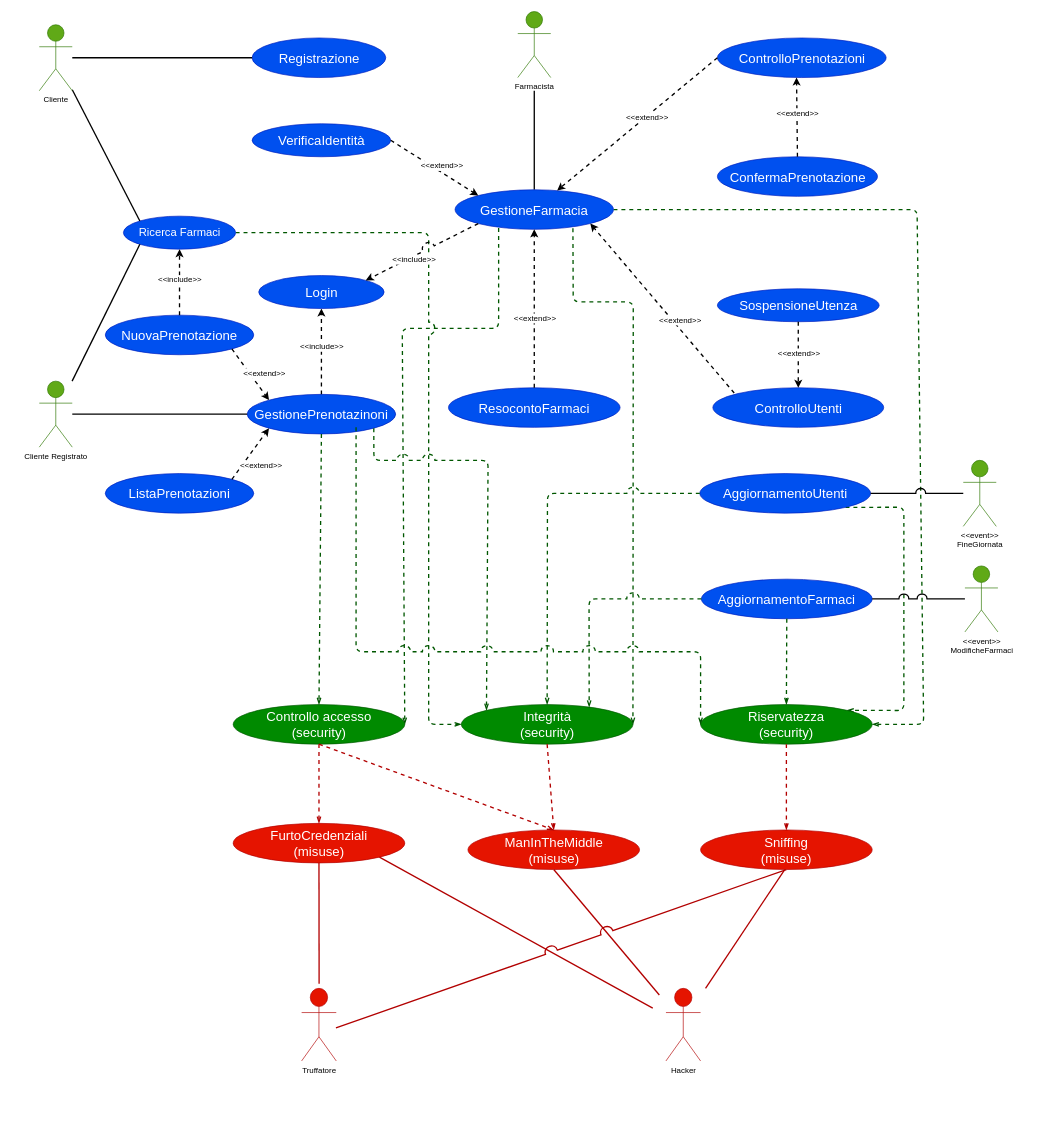
Before: drawio/Analisi/SecurityCase.drawio in lnwor/farmabyte-doc, a draw.io diagram. Source tidied: cells renumbered, new cells numbered last; positions are measured from the earlier drawing's top-left corner, leaving out a move shared by most shapes. Both pictures are drawn from the tidied source at 66%, with x=0, y=0 at pixel (39, 11).
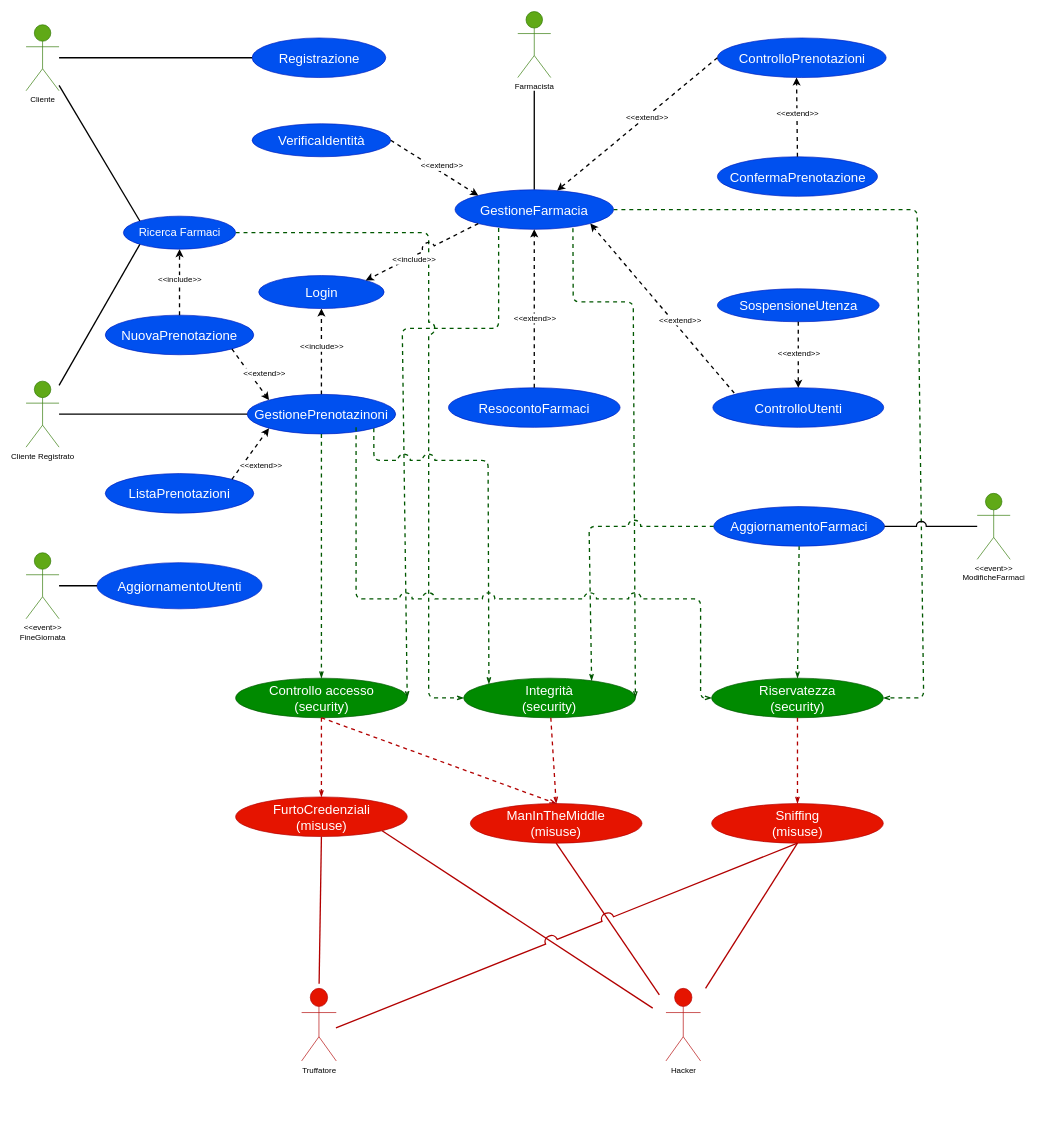
The same diagram, later.

The change refers to these unchanged cells:
```xml
<mxCell id="8" value="GestioneFarmacia" style="ellipse;whiteSpace=wrap;html=1;labelBackgroundColor=none;fillColor=#0050ef;strokeColor=#001DBC;fontSize=20;fontColor=#ffffff;" parent="1" vertex="1">
  <mxGeometry x="630" y="270" width="240" height="60" as="geometry" />
</mxCell>
<mxCell id="16" value="Ricerca Farmaci" style="ellipse;whiteSpace=wrap;html=1;labelBackgroundColor=none;fontSize=17;fillColor=#0050ef;strokeColor=#001DBC;fontColor=#ffffff;" parent="1" vertex="1">
  <mxGeometry x="127.5" y="310" width="170" height="50" as="geometry" />
</mxCell>
```

Diff of the diagram source:
```diff
@@
-    <mxCell id="2" style="endArrow=openThin;html=1;strokeWidth=2;fillColor=#008a00;strokeColor=#005700;endFill=0;jumpStyle=arc;dashed=1;jumpSize=17;exitX=1;exitY=1;exitDx=0;exitDy=0;entryX=1;entryY=0;entryDx=0;entryDy=0;" parent="1" edge="1" source="71" target="39">
-      <mxGeometry relative="1" as="geometry">
-        <Array as="points">
-          <mxPoint x="1310" y="751" />
-          <mxPoint x="1310" y="1059" />
-        </Array>
-      </mxGeometry>
-    </mxCell>
     <mxCell id="3" style="endArrow=openThin;html=1;strokeWidth=2;fillColor=#008a00;strokeColor=#005700;endFill=0;jumpStyle=arc;dashed=1;jumpSize=17;entryX=1;entryY=0.5;entryDx=0;entryDy=0;exitX=1;exitY=0.5;exitDx=0;exitDy=0;" parent="1" edge="1" source="8" target="39">
       <mxGeometry relative="1" as="geometry">
         <Array as="points">
           <mxPoint x="1330" y="300" />
-          <mxPoint x="1340" y="1080" />
+          <mxPoint x="1340" y="970" />
+          <mxPoint x="1340" y="1040" />
         </Array>
       </mxGeometry>
     </mxCell>
@@
     <mxCell id="5" style="endArrow=openThin;html=1;strokeWidth=2;exitX=1;exitY=0.5;exitDx=0;exitDy=0;fillColor=#008a00;strokeColor=#005700;entryX=0;entryY=0.5;entryDx=0;entryDy=0;endFill=0;dashed=1;jumpStyle=arc;jumpSize=17;" parent="1" edge="1" source="16" target="40">
       <mxGeometry relative="1" as="geometry">
         <Array as="points">
           <mxPoint x="590" y="335" />
           <mxPoint x="590" y="810" />
-          <mxPoint x="590" y="1080" />
+          <mxPoint x="590" y="1040" />
         </Array>
       </mxGeometry>
     </mxCell>
@@
     <mxCell id="38" value="Controllo accesso&lt;br&gt;(security)" style="ellipse;whiteSpace=wrap;html=1;fontSize=20;fillColor=#008a00;strokeColor=#005700;fontColor=#ffffff;" parent="1" vertex="1">
-      <mxGeometry x="293.8" y="1050" width="260" height="60" as="geometry" />
+      <mxGeometry x="297.5" y="1010" width="260" height="60" as="geometry" />
     </mxCell>
     <mxCell id="39" value="Riservatezza&lt;br&gt;(security)" style="ellipse;whiteSpace=wrap;html=1;fontSize=20;fillColor=#008a00;strokeColor=#005700;fontColor=#ffffff;" parent="1" vertex="1">
-      <mxGeometry x="1002" y="1050" width="260" height="60" as="geometry" />
+      <mxGeometry x="1018.8" y="1010" width="260" height="60" as="geometry" />
     </mxCell>
     <mxCell id="40" value="Integrità&lt;br&gt;(security)" style="ellipse;whiteSpace=wrap;html=1;fontSize=20;fillColor=#008a00;strokeColor=#005700;fontColor=#ffffff;" parent="1" vertex="1">
-      <mxGeometry x="639.5" y="1050" width="260" height="60" as="geometry" />
+      <mxGeometry x="643.2" y="1010" width="260" height="60" as="geometry" />
     </mxCell>
@@
     <mxCell id="43" value="Sniffing&lt;br&gt;(misuse)" style="ellipse;whiteSpace=wrap;html=1;fontSize=20;fillColor=#e51400;strokeColor=#B20000;fontColor=#ffffff;" parent="1" vertex="1">
-      <mxGeometry x="1002" y="1240" width="260" height="60" as="geometry" />
+      <mxGeometry x="1018.8" y="1200" width="260" height="60" as="geometry" />
     </mxCell>
     <mxCell id="44" value="ManInTheMiddle&lt;br&gt;(misuse)" style="ellipse;whiteSpace=wrap;html=1;fontSize=20;fillColor=#e51400;strokeColor=#B20000;fontColor=#ffffff;" parent="1" vertex="1">
-      <mxGeometry x="649.5" y="1240" width="260" height="60" as="geometry" />
+      <mxGeometry x="653.2" y="1200" width="260" height="60" as="geometry" />
     </mxCell>
     <mxCell id="45" value="FurtoCredenziali&lt;br&gt;(misuse)" style="ellipse;whiteSpace=wrap;html=1;fontSize=20;fillColor=#e51400;strokeColor=#B20000;fontColor=#ffffff;" parent="1" vertex="1">
-      <mxGeometry x="293.8" y="1230" width="260" height="60" as="geometry" />
+      <mxGeometry x="297.5" y="1190" width="260" height="60" as="geometry" />
     </mxCell>
@@
-    <mxCell id="53" style="endArrow=openThin;html=1;strokeWidth=2;fillColor=#e51400;strokeColor=#B20000;endFill=0;exitX=0.5;exitY=1;exitDx=0;exitDy=0;jumpStyle=arc;dashed=1;jumpSize=17;" parent="1" edge="1" source="40">
+    <mxCell id="53" style="endArrow=openThin;html=1;strokeWidth=2;fillColor=#e51400;strokeColor=#B20000;endFill=0;jumpStyle=arc;dashed=1;jumpSize=17;" parent="1" edge="1" source="40">
       <mxGeometry relative="1" as="geometry">
-        <mxPoint x="779.5" y="1240" as="targetPoint" />
+        <mxPoint x="783.2" y="1200" as="targetPoint" />
       </mxGeometry>
     </mxCell>
@@
-    <mxCell id="57" style="endArrow=none;html=1;strokeWidth=2;fillColor=#e51400;strokeColor=#B20000;endFill=0;" parent="1" edge="1">
+    <mxCell id="57" style="endArrow=none;html=1;strokeWidth=2;fillColor=#e51400;strokeColor=#B20000;endFill=0;exitX=0.5;exitY=1;exitDx=0;exitDy=0;" parent="1" edge="1" source="43">
       <mxGeometry relative="1" as="geometry">
-        <mxPoint x="1129.5" y="1300" as="sourcePoint" />
         <mxPoint x="1009.5" y="1480" as="targetPoint" />
       </mxGeometry>
     </mxCell>
     <mxCell id="58" value="&lt;div&gt;Cliente&lt;/div&gt;" style="shape=umlActor;verticalLabelPosition=bottom;verticalAlign=top;html=1;outlineConnect=0;labelBackgroundColor=none;fontSize=12;fillColor=#60a917;strokeColor=#2D7600;" parent="1" vertex="1">
-      <mxGeometry y="20" width="50" height="100" as="geometry" />
+      <mxGeometry x="-20" y="20" width="50" height="100" as="geometry" />
     </mxCell>
@@
     <mxCell id="61" value="&lt;div&gt;Cliente Registrato&lt;/div&gt;" style="shape=umlActor;verticalLabelPosition=bottom;verticalAlign=top;html=1;outlineConnect=0;labelBackgroundColor=none;fontSize=12;fillColor=#60a917;strokeColor=#2D7600;" parent="1" vertex="1">
-      <mxGeometry y="560" width="50" height="100" as="geometry" />
+      <mxGeometry x="-20" y="560" width="50" height="100" as="geometry" />
     </mxCell>
@@
     <mxCell id="70" value="&lt;div&gt;&amp;lt;&amp;lt;event&amp;gt;&amp;gt;&lt;/div&gt;&lt;div&gt;FineGiornata&lt;br&gt;&lt;/div&gt;" style="shape=umlActor;verticalLabelPosition=bottom;verticalAlign=top;html=1;outlineConnect=0;labelBackgroundColor=none;fontSize=12;fillColor=#60a917;strokeColor=#2D7600;" parent="1" vertex="1">
-      <mxGeometry x="1400" y="680" width="50" height="100" as="geometry" />
+      <mxGeometry x="-20" y="820" width="50" height="100" as="geometry" />
     </mxCell>
     <mxCell id="71" value="AggiornamentoUtenti" style="ellipse;whiteSpace=wrap;html=1;labelBackgroundColor=none;fontSize=20;fillColor=#0050ef;strokeColor=#001DBC;fontColor=#ffffff;" parent="1" vertex="1">
-      <mxGeometry x="1000.8" y="700" width="258.8" height="60" as="geometry" />
+      <mxGeometry x="87.5" y="835" width="250" height="70" as="geometry" />
     </mxCell>
@@
     <mxCell id="73" value="&lt;div&gt;&amp;lt;&amp;lt;event&amp;gt;&amp;gt;&lt;/div&gt;&lt;div&gt;ModificheFarmaci&lt;/div&gt;" style="shape=umlActor;verticalLabelPosition=bottom;verticalAlign=top;html=1;outlineConnect=0;labelBackgroundColor=none;fontSize=12;fillColor=#60a917;strokeColor=#2D7600;" parent="1" vertex="1">
-      <mxGeometry x="1402.5" y="840" width="50" height="100" as="geometry" />
+      <mxGeometry x="1421.1" y="730" width="50" height="100" as="geometry" />
     </mxCell>
     <mxCell id="74" value="AggiornamentoFarmaci" style="ellipse;whiteSpace=wrap;html=1;labelBackgroundColor=none;fontSize=20;fillColor=#0050ef;strokeColor=#001DBC;fontColor=#ffffff;" parent="1" vertex="1">
-      <mxGeometry x="1003.2" y="860" width="258.8" height="60" as="geometry" />
+      <mxGeometry x="1021.9" y="750" width="258.8" height="60" as="geometry" />
     </mxCell>
@@
-    <mxCell id="76" style="endArrow=openThin;html=1;strokeWidth=2;fillColor=#008a00;strokeColor=#005700;endFill=0;jumpStyle=arc;dashed=1;jumpSize=17;exitX=0;exitY=0.5;exitDx=0;exitDy=0;entryX=0.5;entryY=0;entryDx=0;entryDy=0;" parent="1" edge="1" source="71" target="40">
-      <mxGeometry relative="1" as="geometry">
-        <Array as="points">
-          <mxPoint x="770" y="730" />
-        </Array>
-      </mxGeometry>
-    </mxCell>
     <mxCell id="77" style="endArrow=openThin;html=1;strokeWidth=2;fillColor=#008a00;strokeColor=#005700;endFill=0;jumpStyle=arc;dashed=1;jumpSize=17;exitX=0;exitY=0.5;exitDx=0;exitDy=0;entryX=0.745;entryY=0.066;entryDx=0;entryDy=0;entryPerimeter=0;" parent="1" edge="1" source="74" target="40">
       <mxGeometry relative="1" as="geometry">
         <Array as="points">
-          <mxPoint x="833" y="890" />
+          <mxPoint x="833" y="780" />
         </Array>
       </mxGeometry>
     </mxCell>
     <mxCell id="78" style="endArrow=openThin;html=1;strokeWidth=2;fillColor=#008a00;strokeColor=#005700;entryX=0;entryY=0.5;entryDx=0;entryDy=0;endFill=0;jumpStyle=arc;dashed=1;jumpSize=17;shadow=0;sketch=0;rounded=1;" parent="1" edge="1" target="39">
       <mxGeometry relative="1" as="geometry">
         <mxPoint x="480" y="630" as="sourcePoint" />
         <Array as="points">
-          <mxPoint x="480" y="970" />
-          <mxPoint x="1002" y="970" />
+          <mxPoint x="480" y="890" />
+          <mxPoint x="1002" y="890" />
+          <mxPoint x="1002" y="1040" />
         </Array>
       </mxGeometry>
     </mxCell>
```
